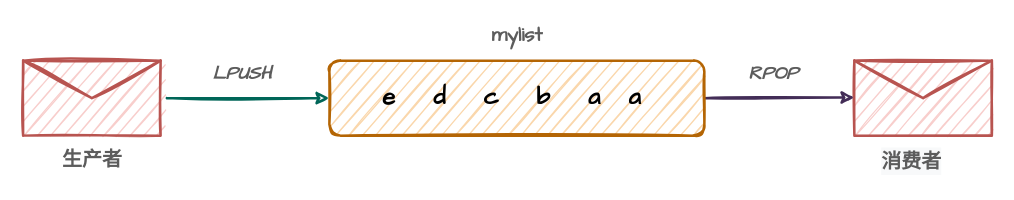
Above: page "RPOP" (8 of 8) of draw.io/redis.drawio in Jstarfish/picBed (draw.io), before the change. Source tidied: cells renumbered, new cells numbered last; positions are measured from the earlier drawing's top-left corner, leaving out a move shared by most shapes. Both pictures are drawn from the tidied source at 125%, with x=0, y=0 at pixel (22, 22).
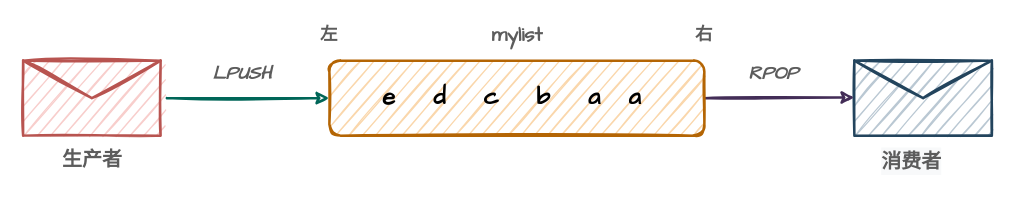
Above is the later version.

The edit, as a diff of the source:
```diff
@@
 <mxGraphModel>
   <root>
     <mxCell id="0" />
     <mxCell id="1" parent="0" />
     <mxCell id="2" style="shape=message;html=1;whiteSpace=wrap;html=1;strokeColor=#b85450;fillColor=#f8cecc;rounded=1;sketch=1;strokeWidth=2;" parent="1" vertex="1">
       <mxGeometry y="30" width="110" height="60" as="geometry" />
     </mxCell>
     <mxCell id="3" style="endArrow=classic;html=1;strokeColor=#006658;fillColor=#21C0A5;fontColor=#5C5C5C;sketch=1;strokeWidth=2;entryX=0;entryY=0.5;entryDx=0;entryDy=0;" parent="1" edge="1" target="10">
       <mxGeometry relative="1" as="geometry">
         <mxPoint x="115" y="60" as="sourcePoint" />
       </mxGeometry>
     </mxCell>
-    <mxCell id="4" style="shape=message;html=1;whiteSpace=wrap;html=1;strokeColor=#b85450;fillColor=#f8cecc;rounded=1;sketch=1;strokeWidth=2;" parent="1" vertex="1">
+    <mxCell id="4" style="shape=message;html=1;whiteSpace=wrap;html=1;strokeColor=#23445d;fillColor=#bac8d3;rounded=1;sketch=1;strokeWidth=2;" parent="1" vertex="1">
       <mxGeometry x="665" y="30" width="110" height="60" as="geometry" />
     </mxCell>
     <mxCell id="5" style="endArrow=classic;html=1;strokeColor=#432D57;fillColor=#76608a;fontColor=#5C5C5C;sketch=1;strokeWidth=2;exitX=1;exitY=0.5;exitDx=0;exitDy=0;" parent="1" edge="1" source="10">
       <mxGeometry relative="1" as="geometry">
         <mxPoint x="665" y="59.5" as="targetPoint" />
       </mxGeometry>
     </mxCell>
     <mxCell id="6" value="&lt;font face=&quot;Comic Sans MS&quot; style=&quot;font-size: 16px&quot;&gt;&lt;b&gt;mylist&lt;/b&gt;&lt;/font&gt;" style="text;html=1;align=center;verticalAlign=middle;fontColor=#5C5C5C;" parent="1" vertex="1">
       <mxGeometry x="365" width="60" height="20" as="geometry" />
     </mxCell>
     <mxCell id="7" value="&lt;font face=&quot;Comic Sans MS&quot;&gt;&lt;span style=&quot;font-size: 16px&quot;&gt;&lt;b&gt;生产者&lt;/b&gt;&lt;/span&gt;&lt;/font&gt;" style="text;html=1;align=center;verticalAlign=middle;fontColor=#5C5C5C;" parent="1" vertex="1">
       <mxGeometry x="25" y="100" width="60" height="20" as="geometry" />
     </mxCell>
     <mxCell id="8" value="&lt;font face=&quot;Comic Sans MS&quot; size=&quot;1&quot;&gt;&lt;b&gt;&lt;i style=&quot;font-size: 15px&quot;&gt;LPUSH&lt;/i&gt;&lt;/b&gt;&lt;/font&gt;" style="text;html=1;align=center;verticalAlign=middle;fontColor=#5C5C5C;" parent="1" vertex="1">
       <mxGeometry x="145" y="30" width="60" height="20" as="geometry" />
     </mxCell>
     <mxCell id="9" value="&lt;font face=&quot;Comic Sans MS&quot; size=&quot;1&quot;&gt;&lt;b&gt;&lt;i style=&quot;font-size: 15px&quot;&gt;RPOP&lt;/i&gt;&lt;/b&gt;&lt;/font&gt;" style="text;html=1;align=center;verticalAlign=middle;fontColor=#5C5C5C;" parent="1" vertex="1">
       <mxGeometry x="575" y="30" width="50" height="20" as="geometry" />
     </mxCell>
     <mxCell id="10" value="&lt;font face=&quot;Comic Sans MS&quot; style=&quot;font-size: 19px&quot;&gt;&lt;b&gt;e&amp;nbsp; &amp;nbsp; d&amp;nbsp; &amp;nbsp; c&amp;nbsp; &amp;nbsp; b&amp;nbsp; &amp;nbsp; a&amp;nbsp; &amp;nbsp;a&amp;nbsp;&lt;/b&gt;&lt;/font&gt;" style="rounded=1;whiteSpace=wrap;html=1;sketch=1;strokeWidth=2;fillColor=#fad7ac;strokeColor=#b46504;" parent="1" vertex="1">
       <mxGeometry x="245" y="30" width="300" height="60" as="geometry" />
     </mxCell>
     <mxCell id="11" value="&lt;b style=&quot;color: rgb(92 , 92 , 92) ; font-family: &amp;#34;comic sans ms&amp;#34; ; font-size: 16px ; font-style: normal ; letter-spacing: normal ; text-align: center ; text-indent: 0px ; text-transform: none ; word-spacing: 0px ; background-color: rgb(248 , 249 , 250)&quot;&gt;消费者&lt;/b&gt;" style="text;whiteSpace=wrap;html=1;fontColor=#5C5C5C;" parent="1" vertex="1">
       <mxGeometry x="685" y="95" width="70" height="30" as="geometry" />
     </mxCell>
+    <mxCell id="12" value="&lt;b style=&quot;font-family: &amp;#34;comic sans ms&amp;#34; ; font-size: 14px&quot;&gt;左&lt;/b&gt;" style="text;html=1;strokeColor=none;fillColor=none;align=center;verticalAlign=middle;whiteSpace=wrap;rounded=0;sketch=1;fontColor=#5C5C5C;" parent="1" vertex="1">
+      <mxGeometry x="225" width="40" height="20" as="geometry" />
+    </mxCell>
+    <mxCell id="13" value="&lt;b style=&quot;font-family: &amp;#34;comic sans ms&amp;#34; ; font-size: 14px&quot;&gt;右&lt;/b&gt;" style="text;html=1;strokeColor=none;fillColor=none;align=center;verticalAlign=middle;whiteSpace=wrap;rounded=0;sketch=1;fontColor=#5C5C5C;" parent="1" vertex="1">
+      <mxGeometry x="525" width="40" height="20" as="geometry" />
+    </mxCell>
   </root>
 </mxGraphModel>
```
